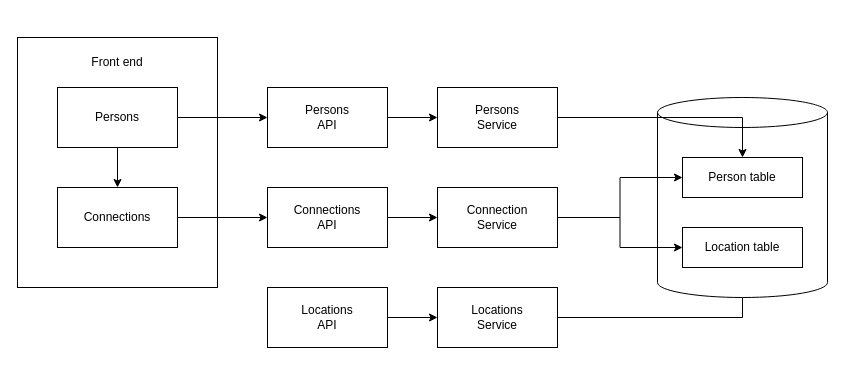
Above: page "Original" (1 of 2) of docs/UdaConnect-Design.drawio in aldo-linux/udaconnect (draw.io), before the change. Source tidied: cells renumbered, new cells numbered last; positions are measured from the earlier drawing's top-left corner, leaving out a move shared by most shapes. Both pictures are drawn from the tidied source at 100%, with x=0, y=0 at pixel (17, 37).
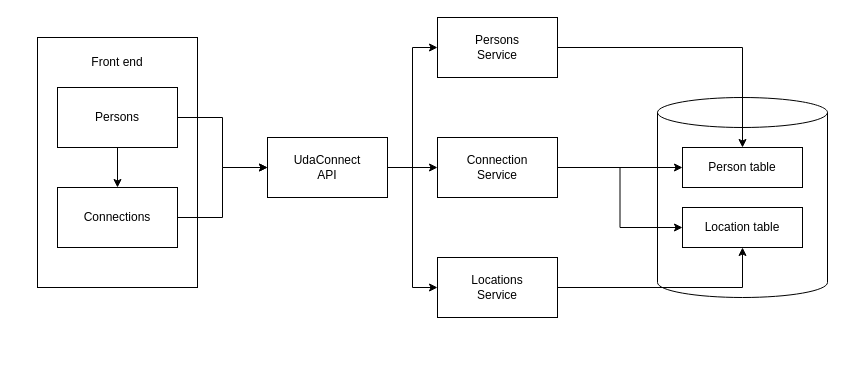
The same diagram, later.

Unchanged cells that the change refers to:
```xml
<mxCell id="7" value="Connections" style="rounded=0;whiteSpace=wrap;html=1;" parent="1" vertex="1">
  <mxGeometry x="40" y="150" width="120" height="60" as="geometry" />
</mxCell>
```

What changed in the source:
```diff
@@
     <mxCell id="2" style="rounded=0;whiteSpace=wrap;html=1;" parent="1" vertex="1">
-      <mxGeometry width="200" height="250" as="geometry" />
+      <mxGeometry x="20" width="160" height="250" as="geometry" />
     </mxCell>
@@
-    <mxCell id="6" style="edgeStyle=orthogonalEdgeStyle;rounded=0;jettySize=auto;html=1;entryX=0;entryY=0.5;entryDx=0;entryDy=0;" parent="1" edge="1" source="7" target="12">
+    <mxCell id="6" style="edgeStyle=orthogonalEdgeStyle;rounded=0;jettySize=auto;html=1;entryX=0;entryY=0.5;entryDx=0;entryDy=0;" parent="1" edge="1" source="7" target="10">
       <mxGeometry relative="1" as="geometry" />
     </mxCell>
@@
-    <mxCell id="9" style="edgeStyle=orthogonalEdgeStyle;rounded=0;jettySize=auto;html=1;" parent="1" edge="1" source="10" target="18">
+    <mxCell id="9" style="edgeStyle=orthogonalEdgeStyle;rounded=0;jettySize=auto;html=1;entryX=0;entryY=0.5;entryDx=0;entryDy=0;" parent="1" edge="1" source="10" target="18">
       <mxGeometry relative="1" as="geometry" />
     </mxCell>
-    <mxCell id="10" value="Persons&lt;br&gt;API" style="rounded=0;whiteSpace=wrap;html=1;" parent="1" vertex="1">
-      <mxGeometry x="250" y="50" width="120" height="60" as="geometry" />
+    <mxCell id="10" value="UdaConnect&lt;br&gt;API" style="rounded=0;whiteSpace=wrap;html=1;" parent="1" vertex="1">
+      <mxGeometry x="250" y="100" width="120" height="60" as="geometry" />
     </mxCell>
-    <mxCell id="11" style="edgeStyle=orthogonalEdgeStyle;rounded=0;jettySize=auto;html=1;" parent="1" edge="1" source="12" target="17">
+    <mxCell id="11" style="edgeStyle=orthogonalEdgeStyle;rounded=0;jettySize=auto;html=1;exitX=1;exitY=0.5;exitDx=0;exitDy=0;" parent="1" edge="1" source="10" target="17">
       <mxGeometry relative="1" as="geometry" />
     </mxCell>
-    <mxCell id="12" value="Connections&lt;br&gt;API" style="rounded=0;whiteSpace=wrap;html=1;" parent="1" vertex="1">
-      <mxGeometry x="250" y="150" width="120" height="60" as="geometry" />
-    </mxCell>
-    <mxCell id="13" style="edgeStyle=orthogonalEdgeStyle;rounded=0;jettySize=auto;html=1;" parent="1" edge="1" source="14" target="16">
+    <mxCell id="13" style="edgeStyle=orthogonalEdgeStyle;rounded=0;jettySize=auto;html=1;exitX=1;exitY=0.5;exitDx=0;exitDy=0;entryX=0;entryY=0.5;entryDx=0;entryDy=0;" parent="1" edge="1" source="10" target="16">
       <mxGeometry relative="1" as="geometry" />
     </mxCell>
-    <mxCell id="14" value="Locations&lt;br&gt;API" style="rounded=0;whiteSpace=wrap;html=1;" parent="1" vertex="1">
-      <mxGeometry x="250" y="250" width="120" height="60" as="geometry" />
-    </mxCell>
-    <mxCell id="15" style="edgeStyle=orthogonalEdgeStyle;rounded=0;jettySize=auto;html=1;entryX=0.5;entryY=1;entryDx=0;entryDy=0;" parent="1" edge="1" source="16" target="21">
-      <mxGeometry relative="1" as="geometry" />
-    </mxCell>
     <mxCell id="16" value="Locations&lt;br&gt;Service" style="rounded=0;whiteSpace=wrap;html=1;" parent="1" vertex="1">
-      <mxGeometry x="420" y="250" width="120" height="60" as="geometry" />
+      <mxGeometry x="420" y="220" width="120" height="60" as="geometry" />
     </mxCell>
     <mxCell id="17" value="Connection&lt;br&gt;Service" style="rounded=0;whiteSpace=wrap;html=1;" parent="1" vertex="1">
-      <mxGeometry x="420" y="150" width="120" height="60" as="geometry" />
+      <mxGeometry x="420" y="100" width="120" height="60" as="geometry" />
     </mxCell>
     <mxCell id="18" value="Persons&lt;br&gt;Service" style="rounded=0;whiteSpace=wrap;html=1;" parent="1" vertex="1">
-      <mxGeometry x="420" y="50" width="120" height="60" as="geometry" />
+      <mxGeometry x="420" y="-20" width="120" height="60" as="geometry" />
     </mxCell>
@@
     <mxCell id="20" value="Person table" style="rounded=0;whiteSpace=wrap;html=1;" parent="1" vertex="1">
-      <mxGeometry x="665" y="120" width="120" height="40" as="geometry" />
+      <mxGeometry x="665" y="110" width="120" height="40" as="geometry" />
     </mxCell>
     <mxCell id="21" value="Location table" style="rounded=0;whiteSpace=wrap;html=1;" parent="1" vertex="1">
-      <mxGeometry x="665" y="190" width="120" height="40" as="geometry" />
+      <mxGeometry x="665" y="170" width="120" height="40" as="geometry" />
     </mxCell>
@@
+    <mxCell id="15" style="edgeStyle=orthogonalEdgeStyle;rounded=0;jettySize=auto;html=1;entryX=0.5;entryY=1;entryDx=0;entryDy=0;" parent="1" edge="1" source="16" target="21">
+      <mxGeometry relative="1" as="geometry" />
+    </mxCell>
```
